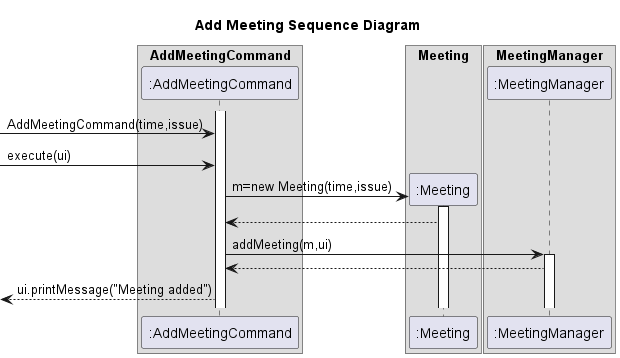
Before: docs/uml/images/AddMeetingCommandSequenceDiagram-Add_Meeting_Sequence_Diagram.png, a diagram exported from PlantUML (nus-cs2113-AY2223S2/tp).
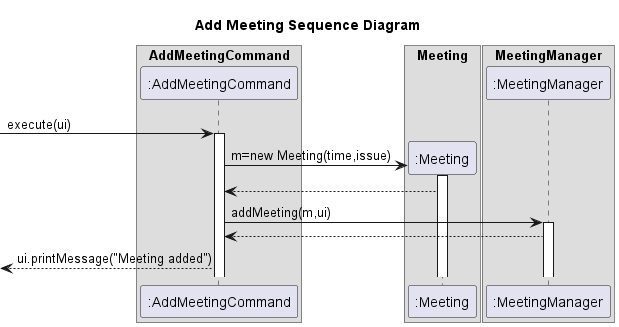
After the commit.

Change to the diagram source:
```diff
@@ -12,10 +12,9 @@
 participant ":MeetingManager" as MeetingManager
 endbox
 
+
+->AddMeetingCommand:execute(ui)
 Activate AddMeetingCommand
-->AddMeetingCommand:AddMeetingCommand(time,issue)
-->AddMeetingCommand:execute(ui)
-
 
 create Meeting
 AddMeetingCommand->Meeting++:m=new Meeting(time,issue)
```
